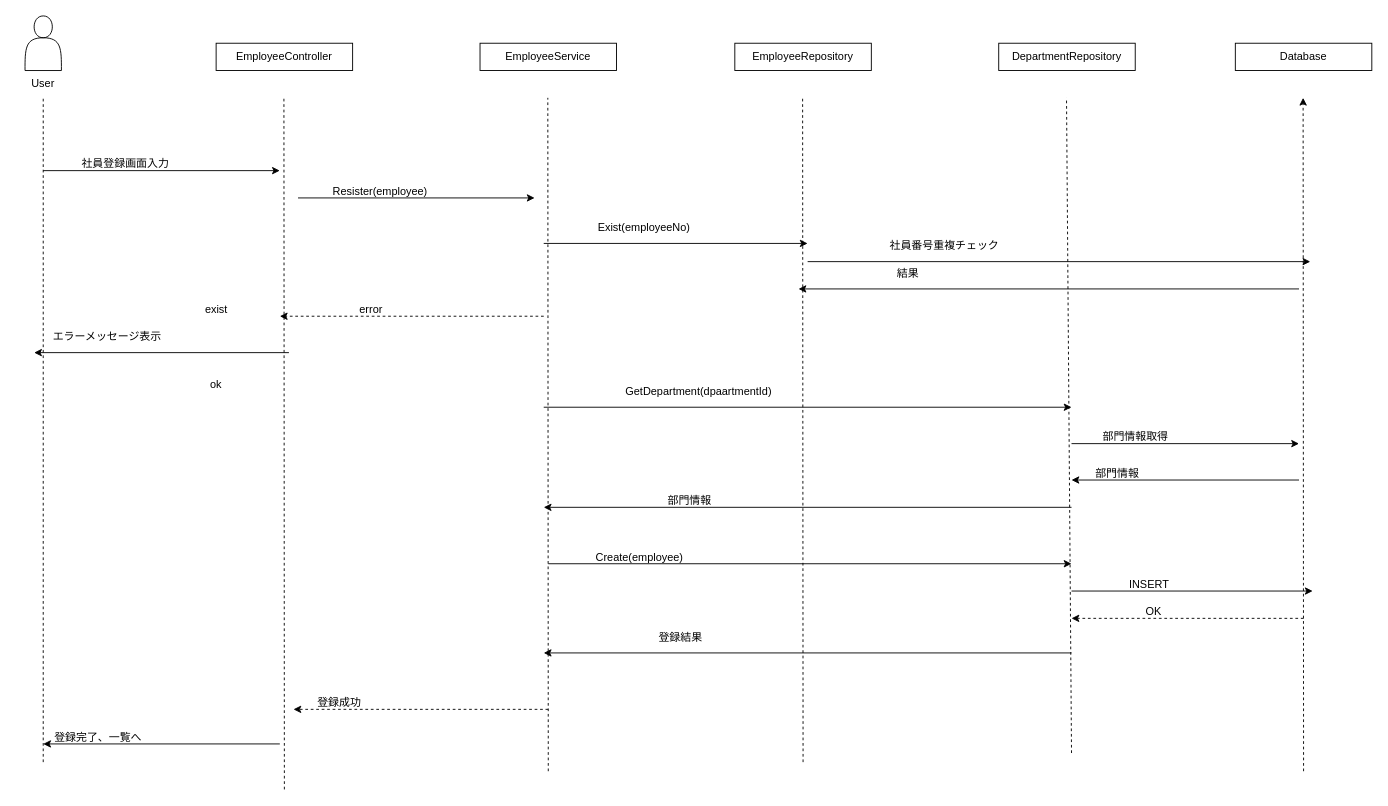
Above: page "社員登録" (3 of 9) of docs/sequence.dio in ogurayudai/EmployeeManagement_OguraYudai (draw.io), before the change. Source tidied: cells renumbered, new cells numbered last; positions are measured from the earlier drawing's top-left corner, leaving out a move shared by most shapes. Both pictures are drawn from the tidied source at 91%, with x=0, y=0 at pixel (15, 15).
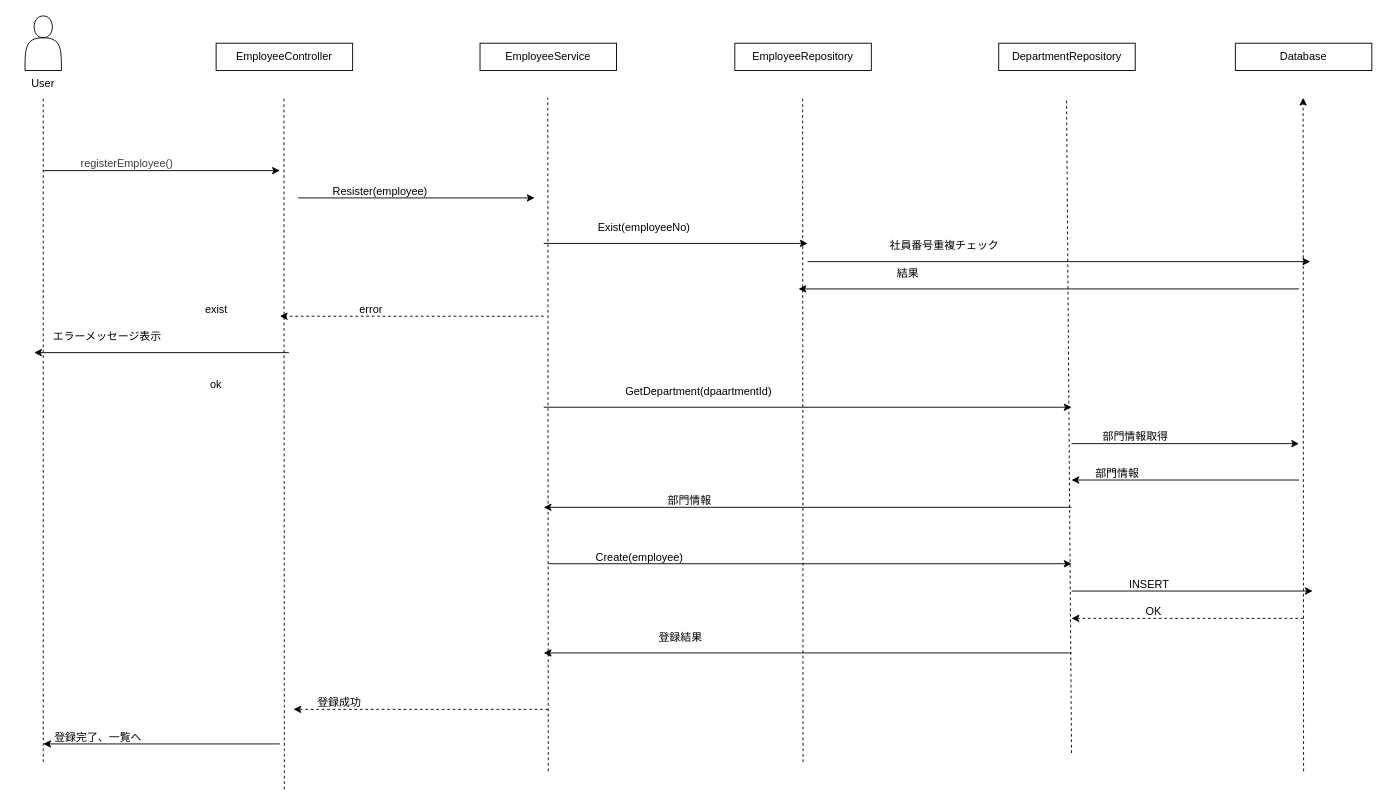
The same diagram, later.

The edit, as a diff of the source:
```diff
@@
-    <mxCell id="14" value="社員登録画面入力" style="text;html=1;align=center;verticalAlign=middle;strokeColor=none;fillColor=none;" parent="1" vertex="1">
-      <mxGeometry x="60" y="148" width="120" height="30" as="geometry" />
+    <mxCell id="14" value="&lt;span style=&quot;color: rgb(63, 63, 63); text-align: left; text-wrap-mode: wrap;&quot;&gt;&amp;nbsp;registerEmployee()&lt;/span&gt;" style="text;html=1;align=center;verticalAlign=middle;strokeColor=none;fillColor=none;" parent="1" vertex="1">
+      <mxGeometry x="55" y="148" width="130" height="30" as="geometry" />
     </mxCell>
```
